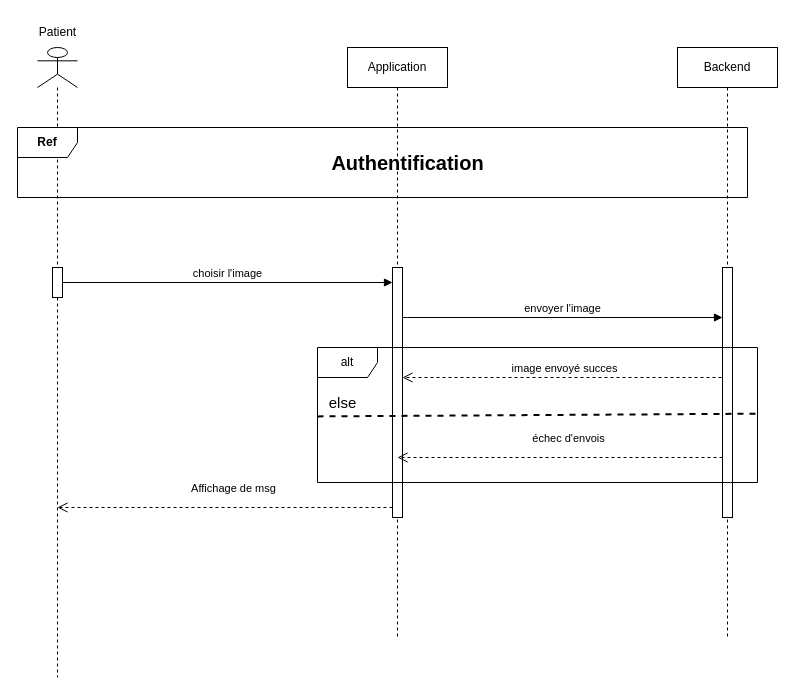
This is assets/Diagramme sans nom.drawio from mohamedcharaf/img, a draw.io file, before an edit. Source tidied: cells renumbered, new cells numbered last; positions are measured from the earlier drawing's top-left corner, leaving out a move shared by most shapes. Both pictures are drawn from the tidied source at 100%, with x=0, y=0 at pixel (17, 17).
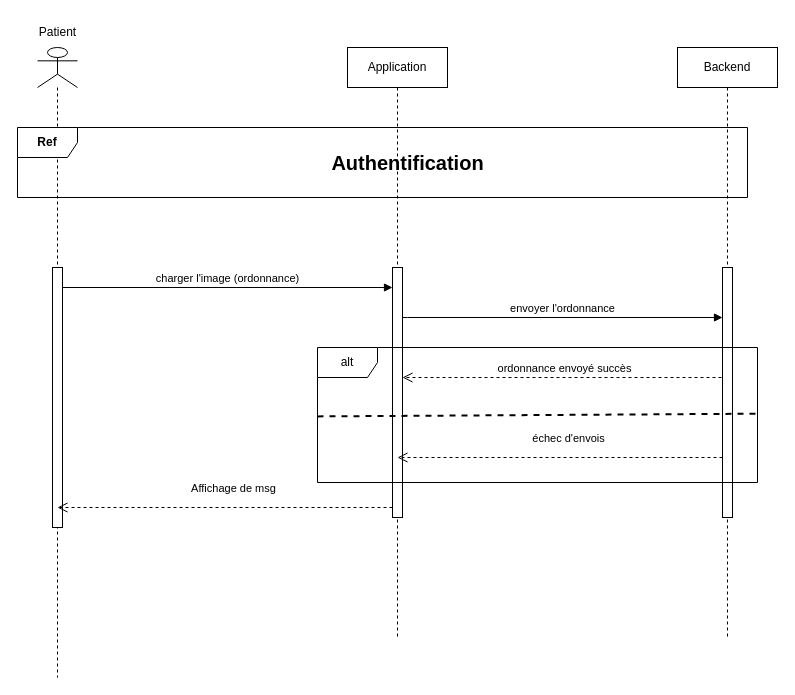
After the change.

Commit message:
Mettre à jour Diagramme sans nom.drawio

The change refers to these unchanged cells:
```xml
<mxCell id="3" style="html=1;points=[];perimeter=orthogonalPerimeter;outlineConnect=0;targetShapes=umlLifeline;portConstraint=eastwest;newEdgeStyle={&quot;edgeStyle&quot;:&quot;elbowEdgeStyle&quot;,&quot;elbow&quot;:&quot;vertical&quot;,&quot;curved&quot;:0,&quot;rounded&quot;:0};" parent="2" vertex="1">
  <mxGeometry x="45" y="220" width="10" height="250" as="geometry" />
</mxCell>
<mxCell id="4" style="shape=umlLifeline;perimeter=lifelinePerimeter;whiteSpace=wrap;html=1;newEdgeStyle={&quot;curved&quot;:0,&quot;rounded&quot;:0};participant=umlActor;" parent="1" vertex="1">
  <mxGeometry x="20" y="30" width="40" height="630" as="geometry" />
</mxCell>
<mxCell id="13" style="html=1;points=[];perimeter=orthogonalPerimeter;outlineConnect=0;targetShapes=umlLifeline;portConstraint=eastwest;newEdgeStyle={&quot;edgeStyle&quot;:&quot;elbowEdgeStyle&quot;,&quot;elbow&quot;:&quot;vertical&quot;,&quot;curved&quot;:0,&quot;rounded&quot;:0};" parent="12" vertex="1">
  <mxGeometry x="45" y="220" width="10" height="250" as="geometry" />
</mxCell>
```

Change to the diagram source:
```diff
@@
     <mxCell id="5" style="html=1;points=[[0,0,0,0,5],[0,1,0,0,-5],[1,0,0,0,5],[1,1,0,0,-5]];perimeter=orthogonalPerimeter;outlineConnect=0;targetShapes=umlLifeline;portConstraint=eastwest;newEdgeStyle={&quot;curved&quot;:0,&quot;rounded&quot;:0};" parent="4" vertex="1">
-      <mxGeometry x="15" y="220" width="10" height="30" as="geometry" />
+      <mxGeometry x="15" y="220" width="10" height="260" as="geometry" />
     </mxCell>
@@
-    <mxCell id="9" value="choisir l'image" style="html=1;verticalAlign=bottom;endArrow=block;curved=0;rounded=0;" parent="1" edge="1" source="5" target="3">
-      <mxGeometry relative="1" as="geometry" />
+    <mxCell id="9" value="charger l'image (ordonnance)" style="html=1;verticalAlign=bottom;endArrow=block;curved=0;rounded=0;" parent="1" edge="1">
+      <mxGeometry relative="1" as="geometry">
+        <mxPoint x="45" y="270" as="sourcePoint" />
+        <mxPoint x="375" y="270" as="targetPoint" />
+      </mxGeometry>
     </mxCell>
-    <mxCell id="10" value="envoyer l'image" style="html=1;verticalAlign=bottom;endArrow=block;curved=0;rounded=0;" parent="1" edge="1" source="3" target="13">
+    <mxCell id="10" value="envoyer l'ordonnance" style="html=1;verticalAlign=bottom;endArrow=block;curved=0;rounded=0;" parent="1" edge="1" source="3" target="13">
       <mxGeometry relative="1" as="geometry">
         <Array as="points">
           <mxPoint x="390" y="300" />
         </Array>
       </mxGeometry>
     </mxCell>
-    <mxCell id="11" value="image envoyé succes" style="html=1;verticalAlign=bottom;endArrow=open;dashed=1;endSize=8;curved=0;rounded=0;" parent="1" edge="1" target="3">
+    <mxCell id="11" value="ordonnance envoyé succès" style="html=1;verticalAlign=bottom;endArrow=open;dashed=1;endSize=8;curved=0;rounded=0;" parent="1" edge="1" target="3">
       <mxGeometry relative="1" as="geometry">
         <mxPoint x="710" y="360" as="sourcePoint" />
       </mxGeometry>
     </mxCell>
@@
-    <mxCell id="17" value="&lt;font style=&quot;font-size: 15px;&quot;&gt;else&lt;/font&gt;" style="text;html=1;align=center;verticalAlign=middle;strokeColor=none;fillColor=none;" parent="1" vertex="1">
-      <mxGeometry x="300" y="370" width="50" height="30" as="geometry" />
-    </mxCell>
```
